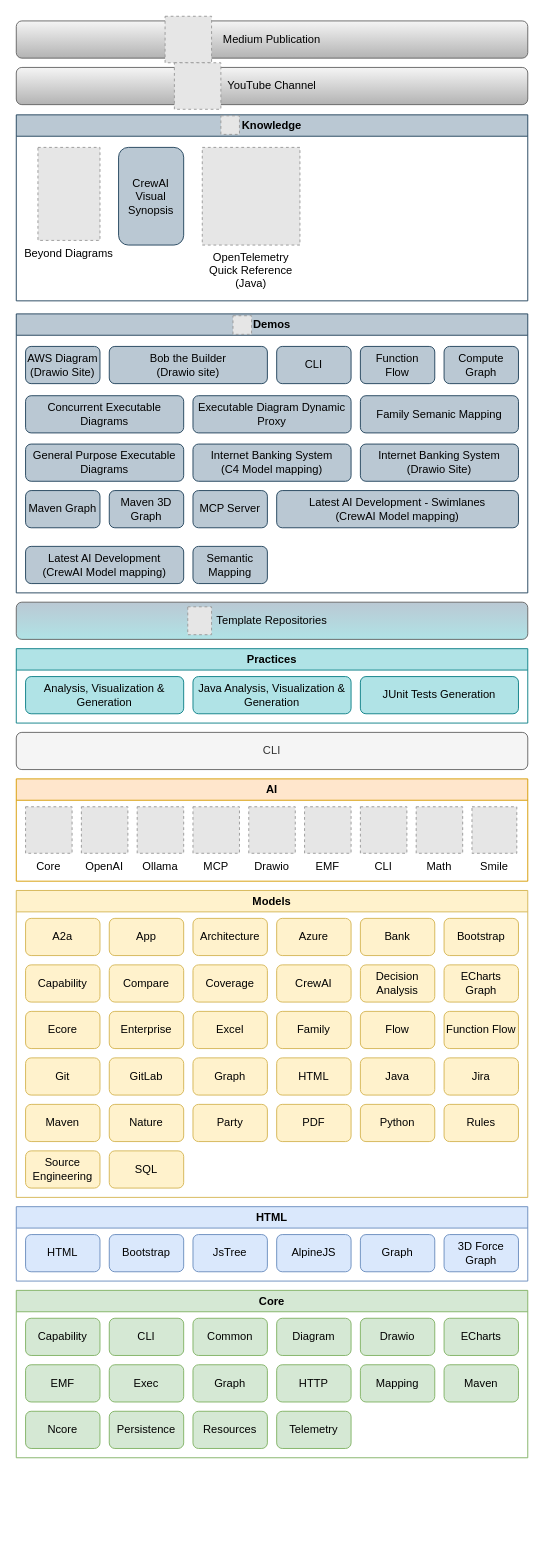
Earlier version of the draw.io diagram model/nasdanika.drawio (Nasdanika/nasdanika.github.io). Source tidied: cells renumbered, new cells numbered last; positions are measured from the earlier drawing's top-left corner, leaving out a move shared by most shapes. Both pictures are drawn from the tidied source at 93%, with x=0, y=0 at pixel (16, 16). Pictures stored in the file or linked from it are replaced by grey dashed boxes.
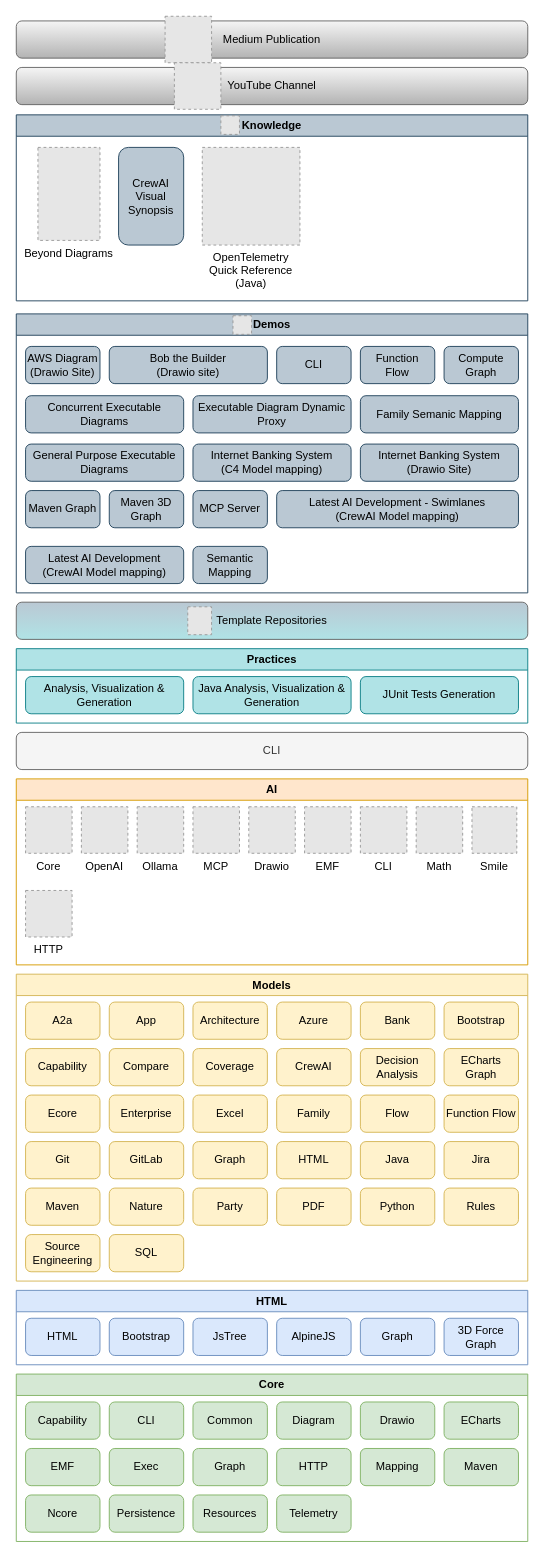
After the change.

Change to the diagram source:
```diff
@@
     <mxCell id="2" value="Core" style="swimlane;whiteSpace=wrap;html=1;fillColor=#d5e8d4;strokeColor=#82b366;" parent="1" vertex="1">
-      <mxGeometry y="1370" width="550" height="180" as="geometry" />
+      <mxGeometry y="1460" width="550" height="180" as="geometry" />
     </mxCell>
@@
     <mxCell id="19" value="HTML" style="swimlane;whiteSpace=wrap;html=1;fillColor=#dae8fc;strokeColor=#6c8ebf;" parent="1" vertex="1">
-      <mxGeometry y="1280" width="550" height="80" as="geometry" />
+      <mxGeometry y="1370" width="550" height="80" as="geometry" />
     </mxCell>
@@
     <mxCell id="26" value="Models" style="swimlane;whiteSpace=wrap;html=1;fillColor=#fff2cc;strokeColor=#d6b656;" parent="1" vertex="1">
-      <mxGeometry y="940" width="550" height="330" as="geometry" />
+      <mxGeometry y="1030" width="550" height="330" as="geometry" />
     </mxCell>
@@
     <mxCell id="94" value="AI" style="swimlane;whiteSpace=wrap;html=1;fillColor=#ffe6cc;strokeColor=#d79b00;" parent="1" vertex="1">
-      <mxGeometry y="820" width="550" height="110" as="geometry" />
+      <mxGeometry y="820" width="550" height="200" as="geometry" />
     </mxCell>
@@
+    <mxCell id="104" value="HTTP" style="fillColor=#E6E6E6;strokeColor=#999999;dashed=1;verticalLabelPosition=bottom;labelBackgroundColor=default;verticalAlign=top;fontColor=none;" parent="94" vertex="1">
+      <mxGeometry x="10" y="120" width="50" height="50" as="geometry" />
+    </mxCell>
```
